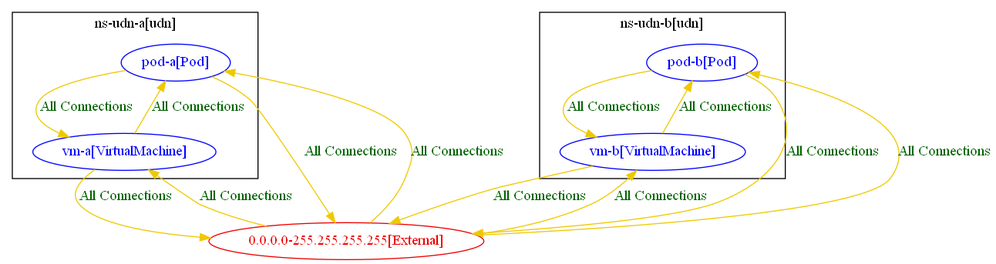
The Graphviz diagram test_outputs/connlist/nad_test_12_connlist_output.dot.png in np-guard/netpol-analyzer, before a commit. Its source is kept beside it as test_outputs/connlist/nad_test_12_connlist_output.dot.
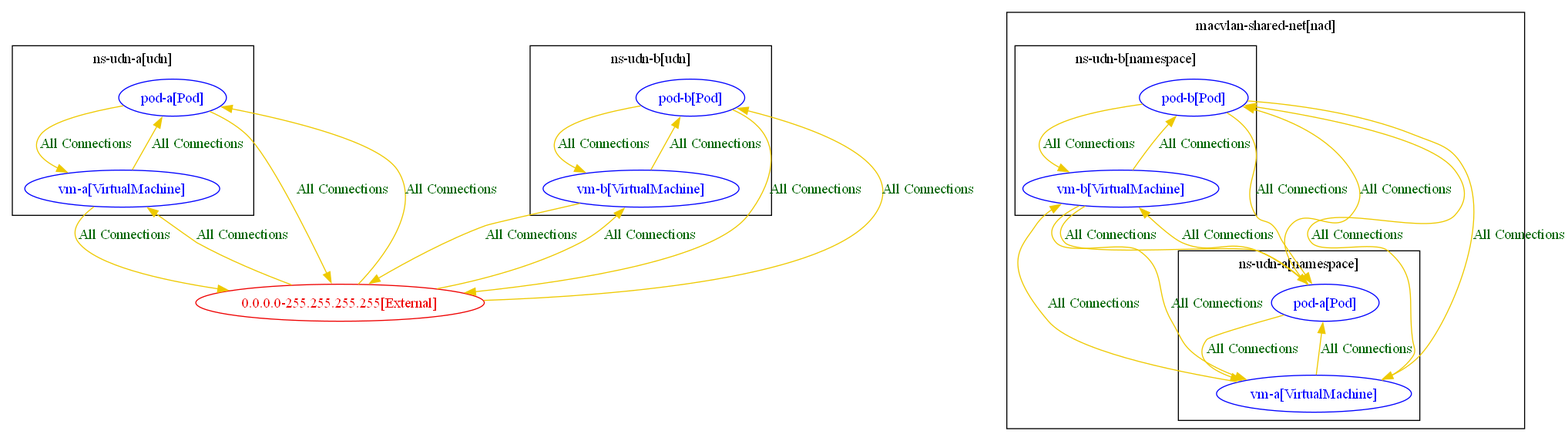
Later version of the same file.

Change to the diagram source:
```diff
@@ -13,6 +13,23 @@
 		"ns-udn-b/vm-b[VirtualMachine]" [label="vm-b[VirtualMachine]" color="blue" fontcolor="blue"]
 		label="ns-udn-b[udn]"
 	}
+	subgraph "cluster_macvlan-shared-net" {
+	label="macvlan-shared-net[nad]"
+	subgraph "cluster_ns_udn_a[namespace]" {
+		color="black"
+		fontcolor="black"
+		"ns-udn-a/pod-a[Pod]macvlan-shared-net" [label="pod-a[Pod]" color="blue" fontcolor="blue"]
+		"ns-udn-a/vm-a[VirtualMachine]macvlan-shared-net" [label="vm-a[VirtualMachine]" color="blue" fontcolor="blue"]
+		label="ns-udn-a[namespace]"
+	}
+	subgraph "cluster_ns_udn_b[namespace]" {
+		color="black"
+		fontcolor="black"
+		"ns-udn-b/pod-b[Pod]macvlan-shared-net" [label="pod-b[Pod]" color="blue" fontcolor="blue"]
+		"ns-udn-b/vm-b[VirtualMachine]macvlan-shared-net" [label="vm-b[VirtualMachine]" color="blue" fontcolor="blue"]
+		label="ns-udn-b[namespace]"
+	}
+	}
 	"0.0.0.0-255.255.255.255[External]" [label="0.0.0.0-255.255.255.255[External]" color="red2" fontcolor="red2"]
 	"0.0.0.0-255.255.255.255[External]" -> "ns-udn-a/pod-a[Pod]" [label="All Connections" color="gold2" fontcolor="darkgreen" weight=0.5]
 	"0.0.0.0-255.255.255.255[External]" -> "ns-udn-a/vm-a[VirtualMachine]" [label="All Connections" color="gold2" fontcolor="darkgreen" weight=0.5]
@@ -20,10 +37,22 @@
 	"0.0.0.0-255.255.255.255[External]" -> "ns-udn-b/vm-b[VirtualMachine]" [label="All Connections" color="gold2" fontcolor="darkgreen" weight=0.5]
 	"ns-udn-a/pod-a[Pod]" -> "0.0.0.0-255.255.255.255[External]" [label="All Connections" color="gold2" fontcolor="darkgreen" weight=1]
 	"ns-udn-a/pod-a[Pod]" -> "ns-udn-a/vm-a[VirtualMachine]" [label="All Connections" color="gold2" fontcolor="darkgreen" weight=0.5]
+	"ns-udn-a/pod-a[Pod]macvlan-shared-net" -> "ns-udn-a/vm-a[VirtualMachine]macvlan-shared-net" [label="All Connections" color="gold2" fontcolor="darkgreen" weight=0.5]
+	"ns-udn-a/pod-a[Pod]macvlan-shared-net" -> "ns-udn-b/pod-b[Pod]macvlan-shared-net" [label="All Connections" color="gold2" fontcolor="darkgreen" weight=0.5]
+	"ns-udn-a/pod-a[Pod]macvlan-shared-net" -> "ns-udn-b/vm-b[VirtualMachine]macvlan-shared-net" [label="All Connections" color="gold2" fontcolor="darkgreen" weight=0.5]
 	"ns-udn-a/vm-a[VirtualMachine]" -> "0.0.0.0-255.255.255.255[External]" [label="All Connections" color="gold2" fontcolor="darkgreen" weight=1]
 	"ns-udn-a/vm-a[VirtualMachine]" -> "ns-udn-a/pod-a[Pod]" [label="All Connections" color="gold2" fontcolor="darkgreen" weight=1]
+	"ns-udn-a/vm-a[VirtualMachine]macvlan-shared-net" -> "ns-udn-a/pod-a[Pod]macvlan-shared-net" [label="All Connections" color="gold2" fontcolor="darkgreen" weight=1]
+	"ns-udn-a/vm-a[VirtualMachine]macvlan-shared-net" -> "ns-udn-b/pod-b[Pod]macvlan-shared-net" [label="All Connections" color="gold2" fontcolor="darkgreen" weight=0.5]
+	"ns-udn-a/vm-a[VirtualMachine]macvlan-shared-net" -> "ns-udn-b/vm-b[VirtualMachine]macvlan-shared-net" [label="All Connections" color="gold2" fontcolor="darkgreen" weight=0.5]
 	"ns-udn-b/pod-b[Pod]" -> "0.0.0.0-255.255.255.255[External]" [label="All Connections" color="gold2" fontcolor="darkgreen" weight=1]
 	"ns-udn-b/pod-b[Pod]" -> "ns-udn-b/vm-b[VirtualMachine]" [label="All Connections" color="gold2" fontcolor="darkgreen" weight=0.5]
+	"ns-udn-b/pod-b[Pod]macvlan-shared-net" -> "ns-udn-a/pod-a[Pod]macvlan-shared-net" [label="All Connections" color="gold2" fontcolor="darkgreen" weight=1]
+	"ns-udn-b/pod-b[Pod]macvlan-shared-net" -> "ns-udn-a/vm-a[VirtualMachine]macvlan-shared-net" [label="All Connections" color="gold2" fontcolor="darkgreen" weight=1]
+	"ns-udn-b/pod-b[Pod]macvlan-shared-net" -> "ns-udn-b/vm-b[VirtualMachine]macvlan-shared-net" [label="All Connections" color="gold2" fontcolor="darkgreen" weight=0.5]
 	"ns-udn-b/vm-b[VirtualMachine]" -> "0.0.0.0-255.255.255.255[External]" [label="All Connections" color="gold2" fontcolor="darkgreen" weight=1]
 	"ns-udn-b/vm-b[VirtualMachine]" -> "ns-udn-b/pod-b[Pod]" [label="All Connections" color="gold2" fontcolor="darkgreen" weight=1]
+	"ns-udn-b/vm-b[VirtualMachine]macvlan-shared-net" -> "ns-udn-a/pod-a[Pod]macvlan-shared-net" [label="All Connections" color="gold2" fontcolor="darkgreen" weight=1]
+	"ns-udn-b/vm-b[VirtualMachine]macvlan-shared-net" -> "ns-udn-a/vm-a[VirtualMachine]macvlan-shared-net" [label="All Connections" color="gold2" fontcolor="darkgreen" weight=1]
+	"ns-udn-b/vm-b[VirtualMachine]macvlan-shared-net" -> "ns-udn-b/pod-b[Pod]macvlan-shared-net" [label="All Connections" color="gold2" fontcolor="darkgreen" weight=1]
 }
```
